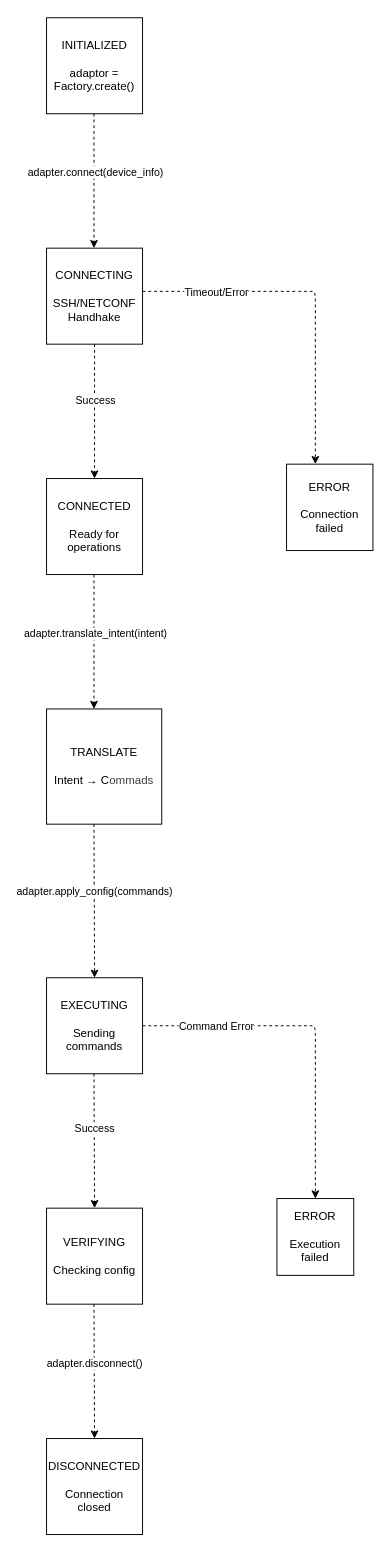
The draw.io diagram docs/architecture/VAAL_adaptor_diagrams/State machine_adapter_connection_lifecycle.drawio in preacher1045/Partially-Distributed-Smart-Network-Optimizer-PDSNO-, before the edit. Source tidied: cells renumbered, new cells numbered last; positions are measured from the earlier drawing's top-left corner, leaving out a move shared by most shapes. Both pictures are drawn from the tidied source at 96%, with x=0, y=0 at pixel (46, 17).
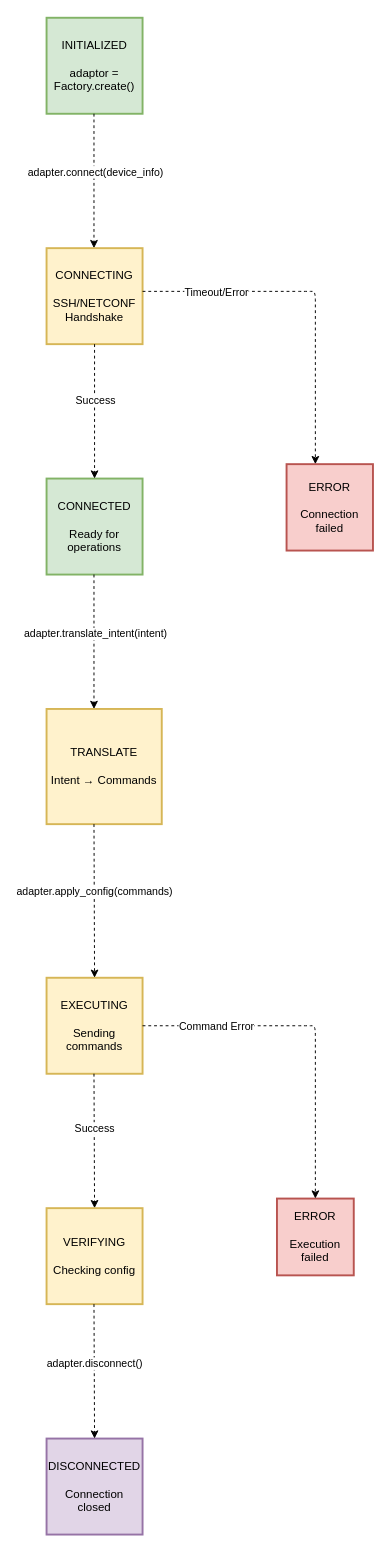
After the change.

Diff of the diagram source:
```diff
@@
-    <mxCell id="2" value="INITIALIZED&lt;div&gt;&lt;font color=&quot;#000000&quot;&gt;&lt;br&gt;&lt;/font&gt;&lt;div&gt;adaptor = Factory.create()&lt;/div&gt;&lt;/div&gt;" style="whiteSpace=wrap;html=1;" parent="1" vertex="1">
+    <mxCell id="2" value="INITIALIZED&lt;div&gt;&lt;font color=&quot;#000000&quot;&gt;&lt;br&gt;&lt;/font&gt;&lt;div&gt;adaptor = Factory.create()&lt;/div&gt;&lt;/div&gt;" style="whiteSpace=wrap;html=1;fillColor=#d5e8d4;strokeColor=#82b366;strokeWidth=2;" parent="1" vertex="1">
       <mxGeometry width="100" height="100" as="geometry" />
     </mxCell>
-    <mxCell id="3" value="CONNECTING&lt;div&gt;&lt;font color=&quot;#000000&quot;&gt;&lt;br&gt;&lt;/font&gt;&lt;div&gt;SSH/NETCONF&lt;/div&gt;&lt;div&gt;Handhake&lt;/div&gt;&lt;/div&gt;" style="whiteSpace=wrap;html=1;" parent="1" vertex="1">
+    <mxCell id="3" value="CONNECTING&lt;div&gt;&lt;font color=&quot;#000000&quot;&gt;&lt;br&gt;&lt;/font&gt;&lt;div&gt;SSH/NETCONF&lt;/div&gt;&lt;div&gt;Handshake&lt;/div&gt;&lt;/div&gt;" style="whiteSpace=wrap;html=1;fillColor=#fff2cc;strokeColor=#d6b656;strokeWidth=2;" parent="1" vertex="1">
       <mxGeometry y="240" width="100" height="100" as="geometry" />
     </mxCell>
-    <mxCell id="4" value="CONNECTED&lt;div&gt;&lt;br&gt;&lt;/div&gt;&lt;div&gt;Ready for operations&lt;/div&gt;" style="whiteSpace=wrap;html=1;" parent="1" vertex="1">
+    <mxCell id="4" value="CONNECTED&lt;div&gt;&lt;br&gt;&lt;/div&gt;&lt;div&gt;Ready for operations&lt;/div&gt;" style="whiteSpace=wrap;html=1;fillColor=#d5e8d4;strokeColor=#82b366;strokeWidth=2;" parent="1" vertex="1">
       <mxGeometry y="480" width="100" height="100" as="geometry" />
     </mxCell>
-    <mxCell id="5" value="ERROR&lt;div&gt;&lt;br&gt;&lt;/div&gt;&lt;div&gt;Connection&lt;/div&gt;&lt;div&gt;failed&lt;/div&gt;" style="whiteSpace=wrap;html=1;" parent="1" vertex="1">
+    <mxCell id="5" value="ERROR&lt;div&gt;&lt;br&gt;&lt;/div&gt;&lt;div&gt;Connection&lt;/div&gt;&lt;div&gt;failed&lt;/div&gt;" style="whiteSpace=wrap;html=1;fillColor=#f8cecc;strokeColor=#b85450;strokeWidth=2;" parent="1" vertex="1">
       <mxGeometry x="250" y="465" width="90" height="90" as="geometry" />
     </mxCell>
-    <mxCell id="6" value="DISCONNECTED&lt;div&gt;&lt;br&gt;&lt;/div&gt;&lt;div&gt;Connection&lt;/div&gt;&lt;div&gt;closed&lt;/div&gt;" style="whiteSpace=wrap;html=1;" parent="1" vertex="1">
+    <mxCell id="6" value="DISCONNECTED&lt;div&gt;&lt;br&gt;&lt;/div&gt;&lt;div&gt;Connection&lt;/div&gt;&lt;div&gt;closed&lt;/div&gt;" style="whiteSpace=wrap;html=1;fillColor=#e1d5e7;strokeColor=#9673a6;strokeWidth=2;" parent="1" vertex="1">
       <mxGeometry y="1480" width="100" height="100" as="geometry" />
     </mxCell>
-    <mxCell id="7" value="TRANSLATE&lt;div&gt;&lt;br&gt;&lt;/div&gt;&lt;div&gt;Intent → C&lt;span style=&quot;color: rgb(63, 63, 63); background-color: transparent;&quot;&gt;ommads&lt;/span&gt;&lt;/div&gt;" style="whiteSpace=wrap;html=1;" parent="1" vertex="1">
+    <mxCell id="7" value="TRANSLATE&lt;div&gt;&lt;br&gt;&lt;/div&gt;&lt;div&gt;Intent → Commands&lt;/div&gt;" style="whiteSpace=wrap;html=1;fillColor=#fff2cc;strokeColor=#d6b656;strokeWidth=2;" parent="1" vertex="1">
       <mxGeometry y="720" width="120" height="120" as="geometry" />
     </mxCell>
-    <mxCell id="8" value="ERROR&lt;div&gt;&lt;br&gt;&lt;/div&gt;&lt;div&gt;Execution&lt;/div&gt;&lt;div&gt;failed&lt;/div&gt;" style="whiteSpace=wrap;html=1;" parent="1" vertex="1">
+    <mxCell id="8" value="ERROR&lt;div&gt;&lt;br&gt;&lt;/div&gt;&lt;div&gt;Execution&lt;/div&gt;&lt;div&gt;failed&lt;/div&gt;" style="whiteSpace=wrap;html=1;fillColor=#f8cecc;strokeColor=#b85450;strokeWidth=2;" parent="1" vertex="1">
       <mxGeometry x="240" y="1230" width="80" height="80" as="geometry" />
     </mxCell>
-    <mxCell id="9" value="EXECUTING&lt;div&gt;&lt;br&gt;&lt;/div&gt;&lt;div&gt;Sending&lt;/div&gt;&lt;div&gt;commands&lt;/div&gt;" style="whiteSpace=wrap;html=1;" parent="1" vertex="1">
+    <mxCell id="9" value="EXECUTING&lt;div&gt;&lt;br&gt;&lt;/div&gt;&lt;div&gt;Sending&lt;/div&gt;&lt;div&gt;commands&lt;/div&gt;" style="whiteSpace=wrap;html=1;fillColor=#fff2cc;strokeColor=#d6b656;strokeWidth=2;" parent="1" vertex="1">
       <mxGeometry y="1000" width="100" height="100" as="geometry" />
     </mxCell>
-    <mxCell id="10" value="VERIFYING&lt;div&gt;&lt;br&gt;&lt;/div&gt;&lt;div&gt;Checking config&lt;/div&gt;" style="whiteSpace=wrap;html=1;" parent="1" vertex="1">
+    <mxCell id="10" value="VERIFYING&lt;div&gt;&lt;br&gt;&lt;/div&gt;&lt;div&gt;Checking config&lt;/div&gt;" style="whiteSpace=wrap;html=1;fillColor=#fff2cc;strokeColor=#d6b656;strokeWidth=2;" parent="1" vertex="1">
       <mxGeometry y="1240" width="100" height="100" as="geometry" />
     </mxCell>
```
